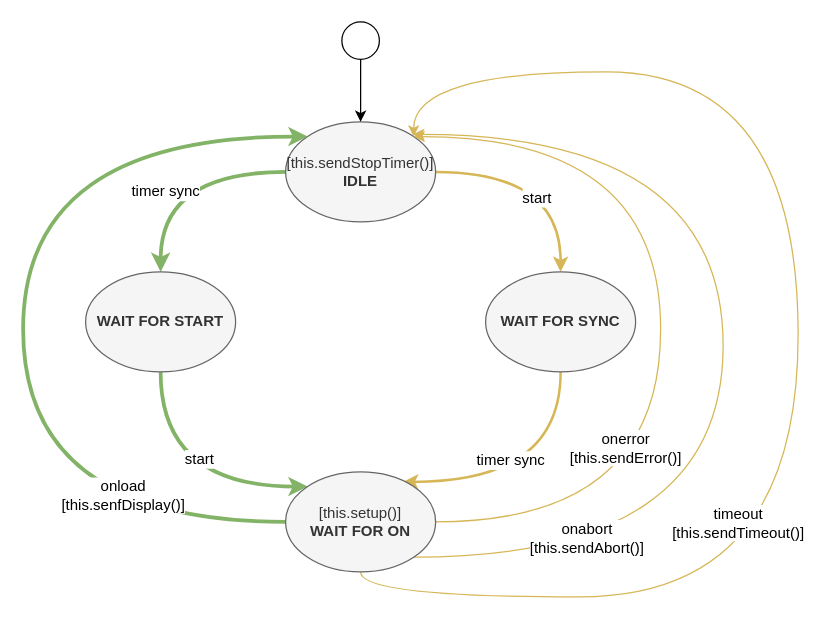
This is page "JS CallbackLogic State Machine" (7 of 8) of drawing.drawio from guitarvydas/ag-js-3, a draw.io file, before an edit. Source tidied: cells renumbered, new cells numbered last; positions are measured from the earlier drawing's top-left corner, leaving out a move shared by most shapes. Both pictures are drawn from the tidied source at 125%, with x=0, y=0 at pixel (22, 21).
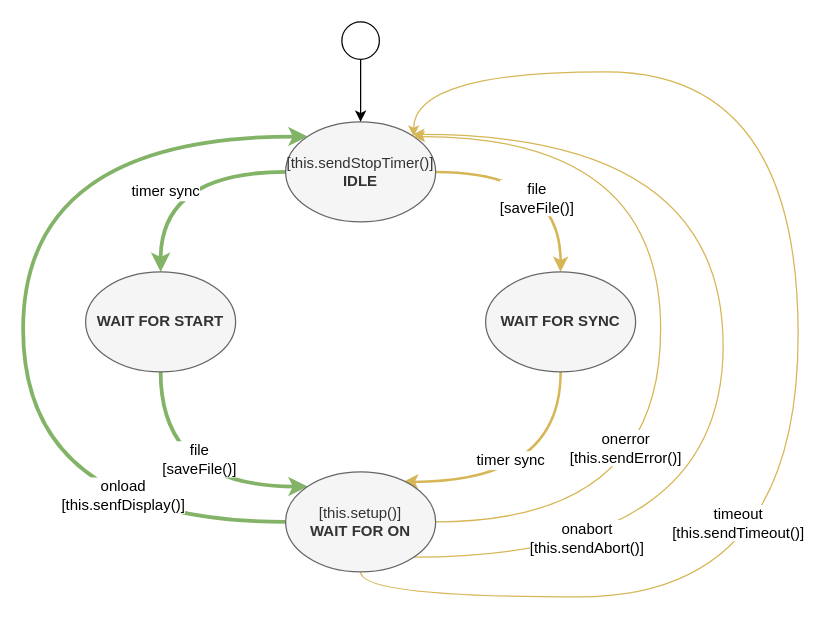
Above is the later version.

Unchanged cells that the change refers to:
```xml
<mxCell id="2" style="edgeStyle=orthogonalEdgeStyle;curved=1;jettySize=auto;html=1;exitX=1;exitY=0.5;exitDx=0;exitDy=0;entryX=0.5;entryY=0;entryDx=0;entryDy=0;fillColor=#fff2cc;strokeColor=#d6b656;strokeWidth=2;" parent="1" edge="1" source="6" target="14">
  <mxGeometry relative="1" as="geometry" />
</mxCell>
<mxCell id="9" style="edgeStyle=orthogonalEdgeStyle;curved=1;jettySize=auto;html=1;entryX=0;entryY=0;entryDx=0;entryDy=0;exitX=0.5;exitY=1;exitDx=0;exitDy=0;fillColor=#d5e8d4;strokeColor=#82b366;strokeWidth=3;" parent="1" edge="1" source="11" target="23">
  <mxGeometry relative="1" as="geometry">
    <Array as="points">
      <mxPoint x="110" y="372" />
    </Array>
  </mxGeometry>
</mxCell>
```

Diff of the diagram source:
```diff
@@
-    <mxCell id="3" value="start" style="text;html=1;align=center;verticalAlign=middle;labelBackgroundColor=#ffffff;" parent="2" vertex="1">
+    <mxCell id="3" value="file&lt;br&gt;[saveFile()]" style="text;html=1;align=center;verticalAlign=middle;labelBackgroundColor=#ffffff;" parent="2" vertex="1">
       <mxGeometry x="0.01" y="-7" relative="1" as="geometry">
         <mxPoint x="-11" y="13" as="offset" />
       </mxGeometry>
     </mxCell>
@@
-    <mxCell id="10" value="start" style="text;html=1;align=center;verticalAlign=middle;labelBackgroundColor=#ffffff;" parent="9" vertex="1">
+    <mxCell id="10" value="file&lt;br&gt;[saveFile()]" style="text;html=1;align=center;verticalAlign=middle;labelBackgroundColor=#ffffff;" parent="9" vertex="1">
       <mxGeometry x="0.17" y="-8" relative="1" as="geometry">
         <mxPoint y="-30" as="offset" />
       </mxGeometry>
     </mxCell>
```
